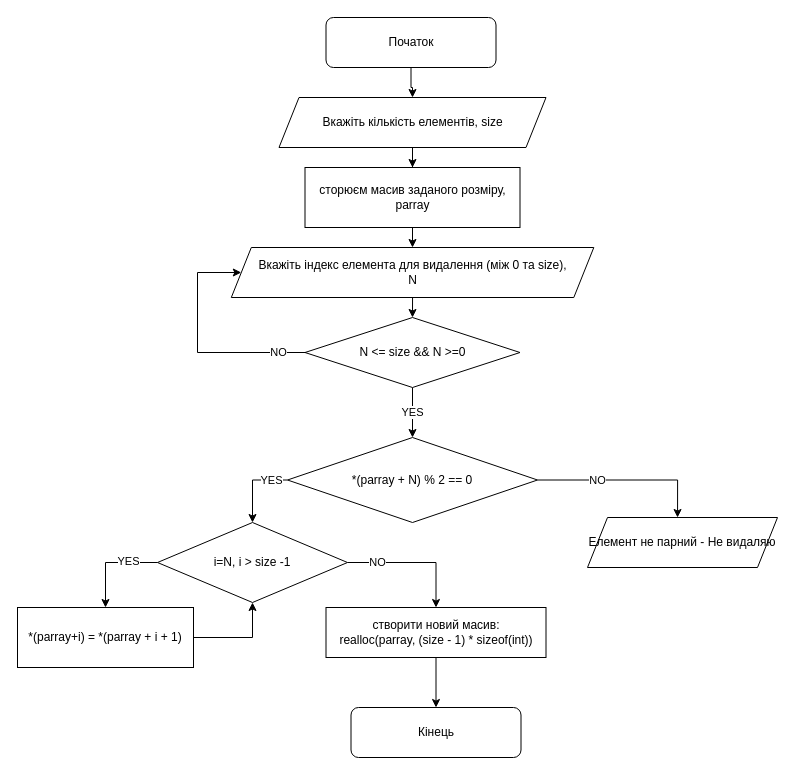
This is page "remove-item-from-array" (1 of 3) of c_language/block-schemes.drawio from Gera3dartist/3PI-03, a draw.io file, before an edit. Source tidied: cells renumbered, new cells numbered last; positions are measured from the earlier drawing's top-left corner, leaving out a move shared by most shapes. Both pictures are drawn from the tidied source at 100%, with x=0, y=0 at pixel (17, 17).
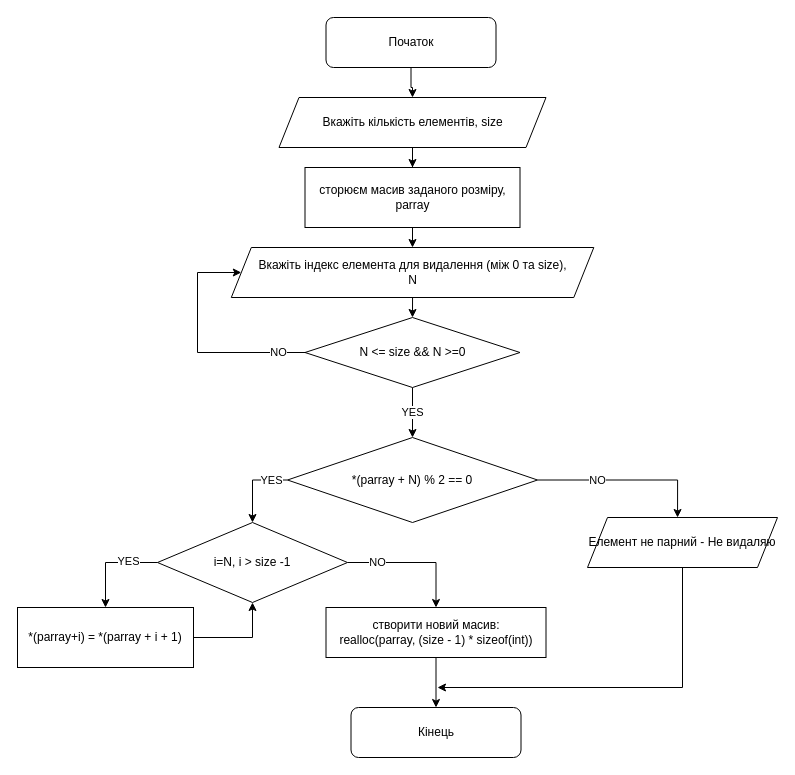
Above is the later version.

The change refers to these unchanged cells:
```xml
<mxCell id="18" value="Елемент не парний - Не видаляю" style="shape=parallelogram;perimeter=parallelogramPerimeter;whiteSpace=wrap;html=1;fixedSize=1;" parent="1" vertex="1">
  <mxGeometry x="570" y="500" width="190" height="50" as="geometry" />
</mxCell>
```

Change to the diagram source:
```diff
@@
+    <mxCell id="29" style="edgeStyle=orthogonalEdgeStyle;rounded=0;jettySize=auto;html=1;" parent="1" edge="1" source="18">
+      <mxGeometry relative="1" as="geometry">
+        <mxPoint x="420" y="670" as="targetPoint" />
+        <Array as="points">
+          <mxPoint x="665" y="670" />
+        </Array>
+      </mxGeometry>
+    </mxCell>
```
